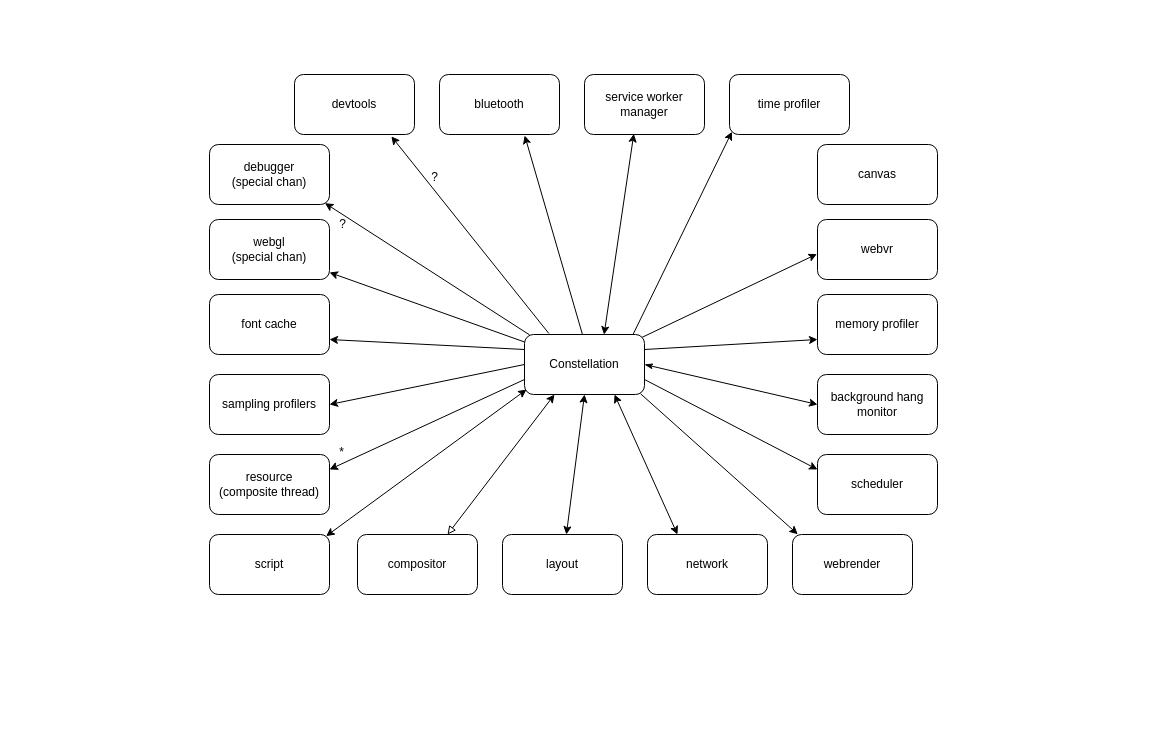
Before: Thread model.drawio in AZWN/servo-dependency-graph, a draw.io diagram. Source tidied: cells renumbered, new cells numbered last; positions are measured from the earlier drawing's top-left corner, leaving out a move shared by most shapes. Both pictures are drawn from the tidied source at 100%, with x=0, y=0 at pixel (209, 74).
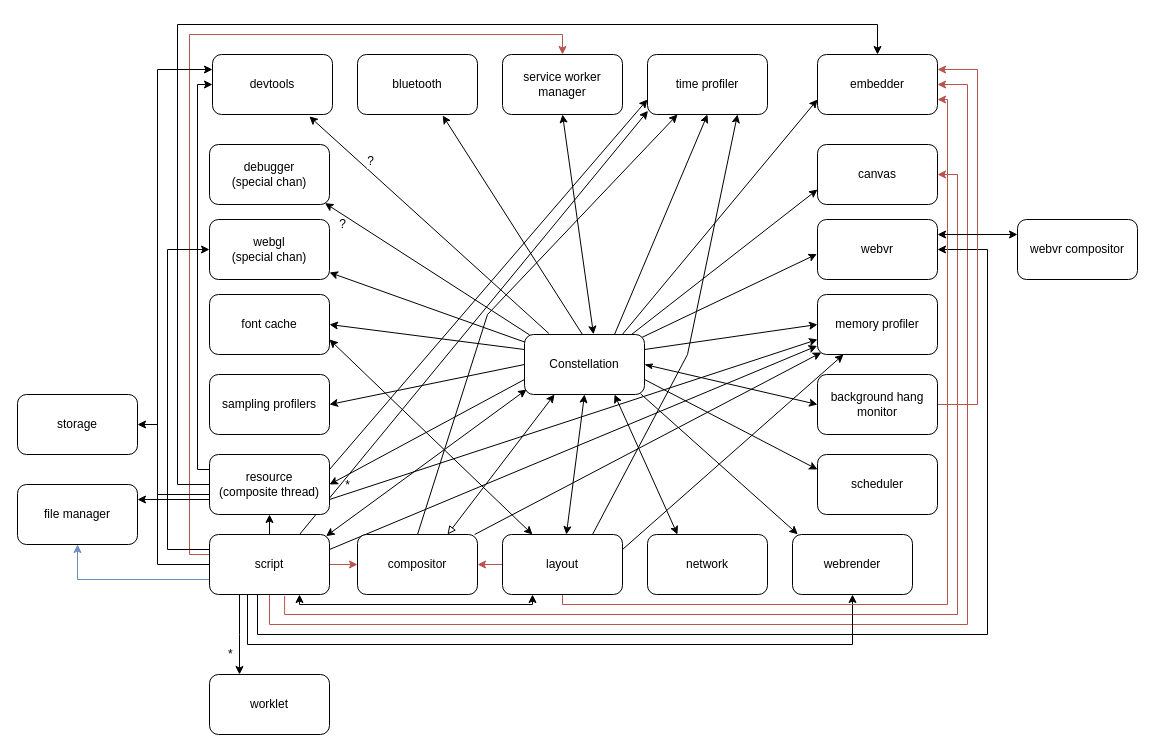
After the change.

The change refers to these unchanged cells:
```xml
<mxCell id="23" value="Constellation" style="rounded=1;whiteSpace=wrap;html=1;" parent="1" vertex="1">
  <mxGeometry x="315" y="260" width="120" height="60" as="geometry" />
</mxCell>
<mxCell id="24" value="script" style="rounded=1;whiteSpace=wrap;html=1;" parent="1" vertex="1">
  <mxGeometry y="460" width="120" height="60" as="geometry" />
</mxCell>
<mxCell id="26" value="background hang&lt;br&gt;monitor&lt;br&gt;" style="rounded=1;whiteSpace=wrap;html=1;" parent="1" vertex="1">
  <mxGeometry x="608" y="300" width="120" height="60" as="geometry" />
</mxCell>
<mxCell id="27" value="layout&lt;br&gt;" style="rounded=1;whiteSpace=wrap;html=1;" parent="1" vertex="1">
  <mxGeometry x="293" y="460" width="120" height="60" as="geometry" />
</mxCell>
<mxCell id="29" value="compositor" style="rounded=1;whiteSpace=wrap;html=1;" parent="1" vertex="1">
  <mxGeometry x="148" y="460" width="120" height="60" as="geometry" />
</mxCell>
<mxCell id="30" value="resource&lt;br&gt;(composite thread)&lt;br&gt;" style="rounded=1;whiteSpace=wrap;html=1;" parent="1" vertex="1">
  <mxGeometry y="380" width="120" height="60" as="geometry" />
</mxCell>
<mxCell id="31" value="font cache" style="rounded=1;whiteSpace=wrap;html=1;" parent="1" vertex="1">
  <mxGeometry y="220" width="120" height="60" as="geometry" />
</mxCell>
<mxCell id="37" value="memory profiler" style="rounded=1;whiteSpace=wrap;html=1;" parent="1" vertex="1">
  <mxGeometry x="608" y="220" width="120" height="60" as="geometry" />
</mxCell>
<mxCell id="39" value="webrender" style="rounded=1;whiteSpace=wrap;html=1;" parent="1" vertex="1">
  <mxGeometry x="583" y="460" width="120" height="60" as="geometry" />
</mxCell>
<mxCell id="40" value="webgl&lt;br&gt;(special chan)&lt;br&gt;" style="rounded=1;whiteSpace=wrap;html=1;" parent="1" vertex="1">
  <mxGeometry y="145" width="120" height="60" as="geometry" />
</mxCell>
<mxCell id="41" value="webvr" style="rounded=1;whiteSpace=wrap;html=1;" parent="1" vertex="1">
  <mxGeometry x="608" y="145" width="120" height="60" as="geometry" />
</mxCell>
<mxCell id="42" value="canvas" style="rounded=1;whiteSpace=wrap;html=1;" parent="1" vertex="1">
  <mxGeometry x="608" y="70" width="120" height="60" as="geometry" />
</mxCell>
```

Change to the diagram source:
```diff
@@
-    <mxCell id="2" style="rounded=0;jettySize=auto;html=1;exitX=0.017;exitY=0.917;exitDx=0;exitDy=0;entryX=0.972;entryY=0.027;entryDx=0;entryDy=0;startArrow=classic;startFill=1;exitPerimeter=0;entryPerimeter=0;" parent="1" edge="1" source="23" target="24">
+    <mxCell id="2" style="rounded=0;jettySize=auto;html=1;exitX=0.017;exitY=0.917;exitDx=0;exitDy=0;entryX=0.972;entryY=0.027;entryDx=0;entryDy=0;startArrow=classic;startFill=1;exitPerimeter=0;entryPerimeter=0;endArrow=classic;endFill=1;" parent="1" edge="1" source="23" target="24">
       <mxGeometry relative="1" as="geometry" />
     </mxCell>
@@
-    <mxCell id="8" style="edgeStyle=none;rounded=0;jettySize=auto;html=1;exitX=0;exitY=0.75;exitDx=0;exitDy=0;entryX=1;entryY=0.25;entryDx=0;entryDy=0;startArrow=none;startFill=0;endArrow=classic;endFill=1;" parent="1" edge="1" source="23" target="30">
-      <mxGeometry relative="1" as="geometry" />
+    <mxCell id="8" style="edgeStyle=none;rounded=0;jettySize=auto;html=1;exitX=0;exitY=0.75;exitDx=0;exitDy=0;startArrow=none;startFill=0;endArrow=classic;endFill=1;" parent="1" edge="1" source="23">
+      <mxGeometry relative="1" as="geometry">
+        <mxPoint x="120" y="410" as="targetPoint" />
+      </mxGeometry>
     </mxCell>
-    <mxCell id="9" value="*" style="text;html=1;align=center;verticalAlign=middle;labelBackgroundColor=#ffffff;" parent="8" vertex="1">
+    <mxCell id="9" value="*" style="text;html=1;align=center;verticalAlign=middle;labelBackgroundColor=#ffffff;direction=south;" parent="8" vertex="1">
       <mxGeometry x="0.85" y="1" relative="1" as="geometry">
-        <mxPoint x="-3" y="-12" as="offset" />
+        <mxPoint x="3" y="7" as="offset" />
       </mxGeometry>
     </mxCell>
-    <mxCell id="10" style="edgeStyle=none;rounded=0;jettySize=auto;html=1;exitX=0;exitY=0.25;exitDx=0;exitDy=0;entryX=1;entryY=0.75;entryDx=0;entryDy=0;startArrow=none;startFill=0;endArrow=classic;endFill=1;" parent="1" edge="1" source="23" target="31">
-      <mxGeometry relative="1" as="geometry" />
+    <mxCell id="10" style="edgeStyle=none;rounded=0;jettySize=auto;html=1;exitX=0;exitY=0.25;exitDx=0;exitDy=0;startArrow=none;startFill=0;endArrow=classic;endFill=1;" parent="1" edge="1" source="23">
+      <mxGeometry relative="1" as="geometry">
+        <mxPoint x="120" y="250" as="targetPoint" />
+      </mxGeometry>
     </mxCell>
@@
-    <mxCell id="16" style="edgeStyle=none;rounded=0;jettySize=auto;html=1;exitX=0.663;exitY=0.002;exitDx=0;exitDy=0;entryX=0.411;entryY=0.989;entryDx=0;entryDy=0;entryPerimeter=0;startArrow=classic;startFill=1;endArrow=classic;endFill=1;exitPerimeter=0;" parent="1" edge="1" source="23" target="35">
+    <mxCell id="16" style="edgeStyle=none;rounded=0;jettySize=auto;html=1;entryX=0.5;entryY=1;entryDx=0;entryDy=0;startArrow=classic;startFill=1;endArrow=classic;endFill=1;exitX=0.575;exitY=-0.004;exitDx=0;exitDy=0;exitPerimeter=0;" parent="1" edge="1" source="23" target="35">
       <mxGeometry relative="1" as="geometry" />
     </mxCell>
-    <mxCell id="17" style="edgeStyle=none;rounded=0;jettySize=auto;html=1;entryX=0.02;entryY=0.955;entryDx=0;entryDy=0;startArrow=none;startFill=0;endArrow=classic;endFill=1;entryPerimeter=0;exitX=0.906;exitY=-0.007;exitDx=0;exitDy=0;exitPerimeter=0;" parent="1" edge="1" source="23" target="36">
+    <mxCell id="17" style="edgeStyle=none;rounded=0;jettySize=auto;html=1;entryX=0.5;entryY=1;entryDx=0;entryDy=0;startArrow=none;startFill=0;endArrow=classic;endFill=1;exitX=0.75;exitY=0;exitDx=0;exitDy=0;" parent="1" edge="1" source="23" target="36">
       <mxGeometry relative="1" as="geometry" />
     </mxCell>
-    <mxCell id="18" style="edgeStyle=none;rounded=0;jettySize=auto;html=1;exitX=1;exitY=0.25;exitDx=0;exitDy=0;entryX=0;entryY=0.75;entryDx=0;entryDy=0;startArrow=none;startFill=0;endArrow=classic;endFill=1;" parent="1" edge="1" source="23" target="37">
+    <mxCell id="18" style="edgeStyle=none;rounded=0;jettySize=auto;html=1;exitX=1;exitY=0.25;exitDx=0;exitDy=0;entryX=0;entryY=0.5;entryDx=0;entryDy=0;startArrow=none;startFill=0;endArrow=classic;endFill=1;" parent="1" edge="1" source="23" target="37">
       <mxGeometry relative="1" as="geometry" />
     </mxCell>
@@
+    <mxCell id="43" style="rounded=0;jettySize=auto;html=1;exitX=0.892;exitY=0;exitDx=0;exitDy=0;entryX=0;entryY=0.75;entryDx=0;entryDy=0;exitPerimeter=0;" parent="1" edge="1" source="23" target="42">
+      <mxGeometry relative="1" as="geometry" />
+    </mxCell>
+    <mxCell id="44" style="rounded=0;jettySize=auto;html=1;exitX=0.808;exitY=0.017;exitDx=0;exitDy=0;entryX=0;entryY=0.75;entryDx=0;entryDy=0;endArrow=classic;endFill=1;exitPerimeter=0;" parent="1" edge="1" source="23" target="74">
+      <mxGeometry relative="1" as="geometry" />
+    </mxCell>
@@
+    <mxCell id="45" style="edgeStyle=orthogonalEdgeStyle;rounded=0;jettySize=auto;html=1;exitX=0.626;exitY=1.022;exitDx=0;exitDy=0;entryX=1;entryY=0.5;entryDx=0;entryDy=0;fillColor=#f8cecc;strokeColor=#b85450;exitPerimeter=0;" parent="1" edge="1" source="24" target="42">
+      <mxGeometry relative="1" as="geometry">
+        <Array as="points">
+          <mxPoint x="75" y="540" />
+          <mxPoint x="748" y="540" />
+          <mxPoint x="748" y="100" />
+        </Array>
+      </mxGeometry>
+    </mxCell>
+    <mxCell id="46" style="edgeStyle=orthogonalEdgeStyle;rounded=0;jettySize=auto;html=1;exitX=0.5;exitY=1;exitDx=0;exitDy=0;entryX=1;entryY=0.5;entryDx=0;entryDy=0;endArrow=classic;endFill=1;fillColor=#f8cecc;strokeColor=#b85450;" parent="1" edge="1" source="24" target="74">
+      <mxGeometry relative="1" as="geometry">
+        <Array as="points">
+          <mxPoint x="60" y="550" />
+          <mxPoint x="758" y="550" />
+          <mxPoint x="758" y="10" />
+        </Array>
+      </mxGeometry>
+    </mxCell>
+    <mxCell id="47" style="edgeStyle=orthogonalEdgeStyle;rounded=0;jettySize=auto;html=1;exitX=0;exitY=0.25;exitDx=0;exitDy=0;entryX=0.5;entryY=0;entryDx=0;entryDy=0;endArrow=classic;endFill=1;fillColor=#f8cecc;strokeColor=#b85450;" parent="1" edge="1" source="24" target="35">
+      <mxGeometry relative="1" as="geometry">
+        <Array as="points">
+          <mxPoint y="480" />
+          <mxPoint x="-20" y="480" />
+          <mxPoint x="-20" y="-40" />
+          <mxPoint x="353" y="-40" />
+        </Array>
+      </mxGeometry>
+    </mxCell>
+    <mxCell id="48" style="edgeStyle=orthogonalEdgeStyle;rounded=0;jettySize=auto;html=1;exitX=1;exitY=0.5;exitDx=0;exitDy=0;entryX=0;entryY=0.5;entryDx=0;entryDy=0;endArrow=classic;endFill=1;fillColor=#f8cecc;strokeColor=#b85450;" parent="1" edge="1" source="24" target="29">
+      <mxGeometry relative="1" as="geometry" />
+    </mxCell>
+    <mxCell id="49" style="edgeStyle=orthogonalEdgeStyle;rounded=0;jettySize=auto;html=1;exitX=0.75;exitY=1;exitDx=0;exitDy=0;entryX=0.25;entryY=1;entryDx=0;entryDy=0;endArrow=classic;endFill=1;startArrow=classic;startFill=1;" parent="1" edge="1" source="24" target="27">
+      <mxGeometry relative="1" as="geometry">
+        <Array as="points">
+          <mxPoint x="90" y="530" />
+          <mxPoint x="323" y="530" />
+        </Array>
+      </mxGeometry>
+    </mxCell>
+    <mxCell id="50" style="edgeStyle=orthogonalEdgeStyle;rounded=0;jettySize=auto;html=1;exitX=0.5;exitY=0;exitDx=0;exitDy=0;entryX=0.5;entryY=1;entryDx=0;entryDy=0;startArrow=none;startFill=0;endArrow=classic;endFill=1;" parent="1" edge="1" source="24" target="30">
+      <mxGeometry relative="1" as="geometry" />
+    </mxCell>
+    <mxCell id="51" style="edgeStyle=orthogonalEdgeStyle;rounded=0;jettySize=auto;html=1;exitX=0;exitY=0.75;exitDx=0;exitDy=0;entryX=0.5;entryY=1;entryDx=0;entryDy=0;startArrow=none;startFill=0;endArrow=classic;endFill=1;fillColor=#dae8fc;strokeColor=#6c8ebf;" parent="1" edge="1" source="24" target="75">
+      <mxGeometry relative="1" as="geometry" />
+    </mxCell>
+    <mxCell id="52" style="rounded=0;jettySize=auto;html=1;exitX=1;exitY=0.25;exitDx=0;exitDy=0;entryX=-0.003;entryY=0.856;entryDx=0;entryDy=0;entryPerimeter=0;startArrow=none;startFill=0;endArrow=classic;endFill=1;" parent="1" edge="1" source="24" target="37">
+      <mxGeometry relative="1" as="geometry" />
+    </mxCell>
+    <mxCell id="53" style="edgeStyle=none;rounded=0;jettySize=auto;html=1;exitX=0.75;exitY=0;exitDx=0;exitDy=0;entryX=0.004;entryY=0.939;entryDx=0;entryDy=0;entryPerimeter=0;startArrow=none;startFill=0;endArrow=classic;endFill=1;" parent="1" edge="1" source="24" target="36">
+      <mxGeometry relative="1" as="geometry" />
+    </mxCell>
+    <mxCell id="54" style="edgeStyle=orthogonalEdgeStyle;rounded=0;jettySize=auto;html=1;exitX=0;exitY=0.5;exitDx=0;exitDy=0;entryX=0;entryY=0.25;entryDx=0;entryDy=0;startArrow=none;startFill=0;endArrow=classic;endFill=1;" parent="1" edge="1" source="24" target="33">
+      <mxGeometry relative="1" as="geometry">
+        <Array as="points">
+          <mxPoint x="-52" y="490" />
+          <mxPoint x="-52" y="-5" />
+        </Array>
+      </mxGeometry>
+    </mxCell>
+    <mxCell id="55" style="edgeStyle=orthogonalEdgeStyle;rounded=0;jettySize=auto;html=1;exitX=0;exitY=0.25;exitDx=0;exitDy=0;entryX=0;entryY=0.5;entryDx=0;entryDy=0;startArrow=none;startFill=0;endArrow=classic;endFill=1;" parent="1" edge="1" source="24" target="40">
+      <mxGeometry relative="1" as="geometry">
+        <Array as="points">
+          <mxPoint x="-42" y="475" />
+          <mxPoint x="-42" y="175" />
+        </Array>
+      </mxGeometry>
+    </mxCell>
+    <mxCell id="56" style="edgeStyle=orthogonalEdgeStyle;rounded=0;jettySize=auto;html=1;exitX=0.25;exitY=1;exitDx=0;exitDy=0;entryX=1;entryY=0.5;entryDx=0;entryDy=0;startArrow=none;startFill=0;endArrow=classic;endFill=1;" parent="1" edge="1" source="24" target="41">
+      <mxGeometry relative="1" as="geometry">
+        <Array as="points">
+          <mxPoint x="48" y="520" />
+          <mxPoint x="48" y="560" />
+          <mxPoint x="778" y="560" />
+          <mxPoint x="778" y="175" />
+        </Array>
+      </mxGeometry>
+    </mxCell>
+    <mxCell id="57" style="edgeStyle=orthogonalEdgeStyle;rounded=0;jettySize=auto;html=1;exitX=0.25;exitY=1;exitDx=0;exitDy=0;entryX=0.25;entryY=0;entryDx=0;entryDy=0;startArrow=none;startFill=0;endArrow=classic;endFill=1;" parent="1" edge="1" source="24" target="77">
+      <mxGeometry relative="1" as="geometry">
+        <Array as="points">
+          <mxPoint x="30" y="560" />
+          <mxPoint x="30" y="560" />
+        </Array>
+      </mxGeometry>
+    </mxCell>
+    <mxCell id="58" style="edgeStyle=orthogonalEdgeStyle;rounded=0;jettySize=auto;html=1;exitX=0.25;exitY=1;exitDx=0;exitDy=0;entryX=0.5;entryY=1;entryDx=0;entryDy=0;startArrow=none;startFill=0;endArrow=classic;endFill=1;" parent="1" edge="1" source="24" target="39">
+      <mxGeometry relative="1" as="geometry">
+        <Array as="points">
+          <mxPoint x="38" y="520" />
+          <mxPoint x="38" y="570" />
+          <mxPoint x="643" y="570" />
+        </Array>
+      </mxGeometry>
+    </mxCell>
@@
+    <mxCell id="59" style="edgeStyle=orthogonalEdgeStyle;rounded=0;jettySize=auto;html=1;exitX=1;exitY=0.5;exitDx=0;exitDy=0;entryX=1;entryY=0.25;entryDx=0;entryDy=0;endArrow=classic;endFill=1;fillColor=#f8cecc;strokeColor=#b85450;" parent="1" edge="1" source="26" target="74">
+      <mxGeometry relative="1" as="geometry">
+        <Array as="points">
+          <mxPoint x="768" y="330" />
+          <mxPoint x="768" y="-5" />
+        </Array>
+      </mxGeometry>
+    </mxCell>
@@
+    <mxCell id="60" style="edgeStyle=orthogonalEdgeStyle;rounded=0;jettySize=auto;html=1;exitX=0;exitY=0.5;exitDx=0;exitDy=0;entryX=1;entryY=0.5;entryDx=0;entryDy=0;endArrow=classic;endFill=1;fillColor=#f8cecc;strokeColor=#b85450;" parent="1" edge="1" source="27" target="29">
+      <mxGeometry relative="1" as="geometry" />
+    </mxCell>
+    <mxCell id="61" style="edgeStyle=orthogonalEdgeStyle;rounded=0;jettySize=auto;html=1;exitX=0.5;exitY=1;exitDx=0;exitDy=0;entryX=1;entryY=0.75;entryDx=0;entryDy=0;endArrow=classic;endFill=1;fillColor=#f8cecc;strokeColor=#b85450;" parent="1" edge="1" source="27" target="74">
+      <mxGeometry relative="1" as="geometry">
+        <Array as="points">
+          <mxPoint x="353" y="530" />
+          <mxPoint x="738" y="530" />
+          <mxPoint x="738" y="25" />
+        </Array>
+      </mxGeometry>
+    </mxCell>
+    <mxCell id="62" style="edgeStyle=none;rounded=0;jettySize=auto;html=1;exitX=0.25;exitY=0;exitDx=0;exitDy=0;entryX=1;entryY=0.75;entryDx=0;entryDy=0;endArrow=classic;endFill=1;startArrow=classic;startFill=1;" parent="1" edge="1" source="27" target="31">
+      <mxGeometry relative="1" as="geometry" />
+    </mxCell>
+    <mxCell id="63" style="rounded=0;jettySize=auto;html=1;exitX=0.75;exitY=0;exitDx=0;exitDy=0;entryX=0.75;entryY=1;entryDx=0;entryDy=0;startArrow=none;startFill=0;endArrow=classic;endFill=1;" parent="1" edge="1" source="27" target="36">
+      <mxGeometry relative="1" as="geometry">
+        <Array as="points">
+          <mxPoint x="478" y="280" />
+        </Array>
+      </mxGeometry>
+    </mxCell>
+    <mxCell id="64" style="edgeStyle=none;rounded=0;jettySize=auto;html=1;exitX=1;exitY=0.25;exitDx=0;exitDy=0;startArrow=none;startFill=0;endArrow=classic;endFill=1;" parent="1" edge="1" source="27" target="37">
+      <mxGeometry relative="1" as="geometry" />
+    </mxCell>
@@
+    <mxCell id="65" style="rounded=0;jettySize=auto;html=1;entryX=0.032;entryY=0.967;entryDx=0;entryDy=0;entryPerimeter=0;endArrow=classic;endFill=1;" parent="1" edge="1" source="29" target="37">
+      <mxGeometry relative="1" as="geometry" />
+    </mxCell>
+    <mxCell id="66" style="edgeStyle=none;rounded=0;jettySize=auto;html=1;exitX=0.5;exitY=0;exitDx=0;exitDy=0;entryX=0.25;entryY=1;entryDx=0;entryDy=0;endArrow=classic;endFill=1;" parent="1" edge="1" source="29" target="36">
+      <mxGeometry relative="1" as="geometry">
+        <Array as="points">
+          <mxPoint x="278" y="240" />
+        </Array>
+      </mxGeometry>
+    </mxCell>
@@
+    <mxCell id="67" style="edgeStyle=none;rounded=0;jettySize=auto;html=1;exitX=0;exitY=0.75;exitDx=0;exitDy=0;startArrow=none;startFill=0;endArrow=classic;endFill=1;entryX=1;entryY=0.25;entryDx=0;entryDy=0;" parent="1" edge="1" source="30" target="75">
+      <mxGeometry relative="1" as="geometry" />
+    </mxCell>
+    <mxCell id="68" style="rounded=0;jettySize=auto;html=1;exitX=1;exitY=0.25;exitDx=0;exitDy=0;entryX=0;entryY=0.75;entryDx=0;entryDy=0;startArrow=none;startFill=0;endArrow=classic;endFill=1;" parent="1" edge="1" source="30" target="36">
+      <mxGeometry relative="1" as="geometry" />
+    </mxCell>
+    <mxCell id="69" style="edgeStyle=none;rounded=0;jettySize=auto;html=1;exitX=1;exitY=0.75;exitDx=0;exitDy=0;entryX=0;entryY=0.75;entryDx=0;entryDy=0;startArrow=none;startFill=0;endArrow=classic;endFill=1;" parent="1" edge="1" source="30" target="37">
+      <mxGeometry relative="1" as="geometry" />
+    </mxCell>
+    <mxCell id="70" style="edgeStyle=orthogonalEdgeStyle;rounded=0;jettySize=auto;html=1;exitX=0;exitY=0.25;exitDx=0;exitDy=0;entryX=0;entryY=0.5;entryDx=0;entryDy=0;startArrow=none;startFill=0;endArrow=classic;endFill=1;" parent="1" edge="1" source="30" target="33">
+      <mxGeometry relative="1" as="geometry">
+        <Array as="points">
+          <mxPoint x="-12" y="395" />
+          <mxPoint x="-12" y="10" />
+        </Array>
+      </mxGeometry>
+    </mxCell>
+    <mxCell id="71" style="edgeStyle=orthogonalEdgeStyle;rounded=0;jettySize=auto;html=1;exitX=0;exitY=0.5;exitDx=0;exitDy=0;entryX=0.5;entryY=0;entryDx=0;entryDy=0;startArrow=none;startFill=0;endArrow=classic;endFill=1;" parent="1" edge="1" source="30" target="74">
+      <mxGeometry relative="1" as="geometry">
+        <Array as="points">
+          <mxPoint x="-32" y="410" />
+          <mxPoint x="-32" y="-50" />
+          <mxPoint x="668" y="-50" />
+        </Array>
+      </mxGeometry>
+    </mxCell>
+    <mxCell id="72" style="edgeStyle=orthogonalEdgeStyle;rounded=0;jettySize=auto;html=1;exitX=0;exitY=0.5;exitDx=0;exitDy=0;entryX=1;entryY=0.5;entryDx=0;entryDy=0;startArrow=none;startFill=0;endArrow=classic;endFill=1;" parent="1" edge="1" source="30" target="76">
+      <mxGeometry relative="1" as="geometry">
+        <Array as="points">
+          <mxPoint y="420" />
+          <mxPoint x="-52" y="420" />
+          <mxPoint x="-52" y="350" />
+        </Array>
+      </mxGeometry>
+    </mxCell>
@@
     <mxCell id="33" value="devtools" style="rounded=1;whiteSpace=wrap;html=1;" parent="1" vertex="1">
-      <mxGeometry x="85" width="120" height="60" as="geometry" />
+      <mxGeometry x="3" y="-20" width="120" height="60" as="geometry" />
     </mxCell>
     <mxCell id="34" value="bluetooth" style="rounded=1;whiteSpace=wrap;html=1;" parent="1" vertex="1">
-      <mxGeometry x="230" width="120" height="60" as="geometry" />
+      <mxGeometry x="148" y="-20" width="120" height="60" as="geometry" />
     </mxCell>
     <mxCell id="35" value="service worker&lt;br&gt;manager&lt;br&gt;" style="rounded=1;whiteSpace=wrap;html=1;" parent="1" vertex="1">
-      <mxGeometry x="375" width="120" height="60" as="geometry" />
+      <mxGeometry x="293" y="-20" width="120" height="60" as="geometry" />
     </mxCell>
     <mxCell id="36" value="time profiler" style="rounded=1;whiteSpace=wrap;html=1;" parent="1" vertex="1">
-      <mxGeometry x="520" width="120" height="60" as="geometry" />
+      <mxGeometry x="438" y="-20" width="120" height="60" as="geometry" />
     </mxCell>
@@
+    <mxCell id="73" style="edgeStyle=orthogonalEdgeStyle;rounded=0;jettySize=auto;html=1;exitX=1;exitY=0.25;exitDx=0;exitDy=0;entryX=0;entryY=0.25;entryDx=0;entryDy=0;startArrow=classic;startFill=1;endArrow=classic;endFill=1;" parent="1" edge="1" source="41" target="79">
+      <mxGeometry relative="1" as="geometry" />
+    </mxCell>
@@
+    <mxCell id="74" value="embedder" style="rounded=1;whiteSpace=wrap;html=1;" parent="1" vertex="1">
+      <mxGeometry x="608" y="-20" width="120" height="60" as="geometry" />
+    </mxCell>
+    <mxCell id="75" value="file manager" style="rounded=1;whiteSpace=wrap;html=1;" parent="1" vertex="1">
+      <mxGeometry x="-192" y="410" width="120" height="60" as="geometry" />
+    </mxCell>
+    <mxCell id="76" value="storage" style="rounded=1;whiteSpace=wrap;html=1;" parent="1" vertex="1">
+      <mxGeometry x="-192" y="320" width="120" height="60" as="geometry" />
+    </mxCell>
+    <mxCell id="77" value="worklet" style="rounded=1;whiteSpace=wrap;html=1;" parent="1" vertex="1">
+      <mxGeometry y="600" width="120" height="60" as="geometry" />
+    </mxCell>
+    <mxCell id="78" value="*" style="text;html=1;align=left;verticalAlign=top;spacingTop=-4;" parent="1" vertex="1">
+      <mxGeometry x="17" y="570" width="20" height="20" as="geometry" />
+    </mxCell>
+    <mxCell id="79" value="webvr compositor" style="rounded=1;whiteSpace=wrap;html=1;" parent="1" vertex="1">
+      <mxGeometry x="808" y="145" width="120" height="60" as="geometry" />
+    </mxCell>
```
